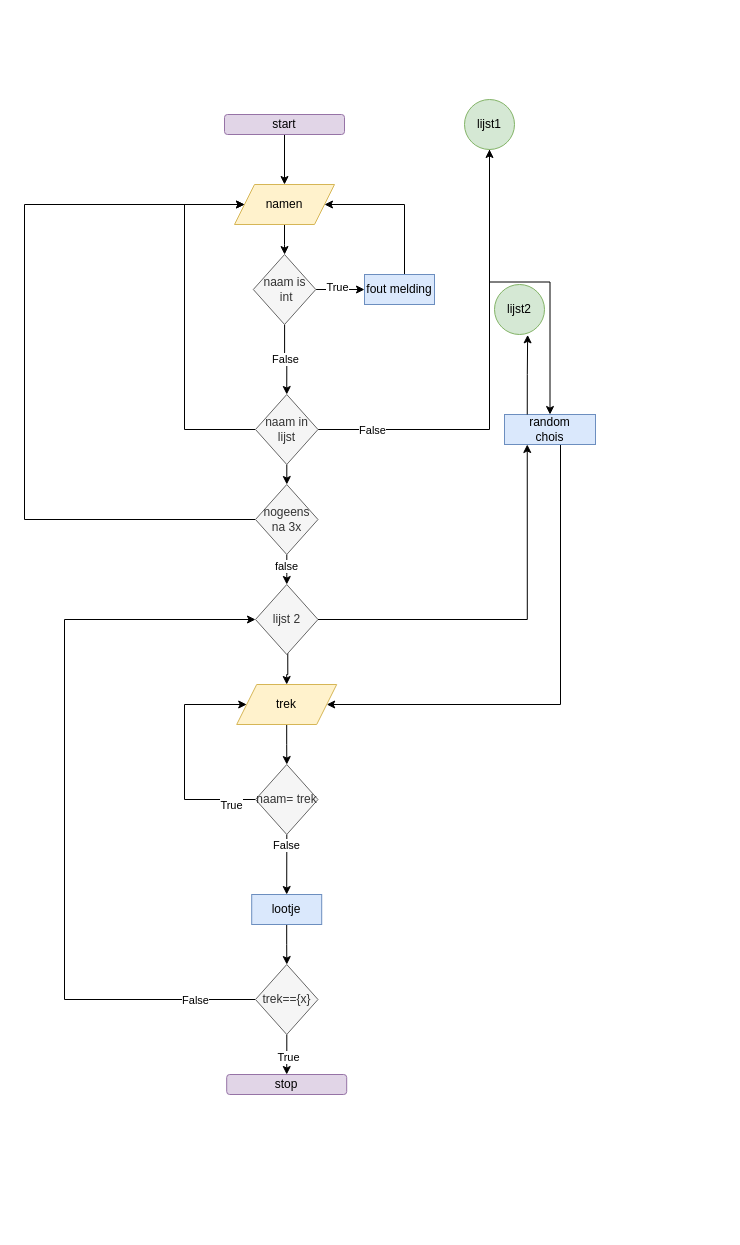
This is module_3/Diagram zonder titel.drawio from RuoFeng207/leren_programmeren, a draw.io file, before an edit. Source tidied: cells renumbered, new cells numbered last; positions are measured from the earlier drawing's top-left corner, leaving out a move shared by most shapes. Both pictures are drawn from the tidied source at 100%, with x=0, y=0 at pixel (24, 99).
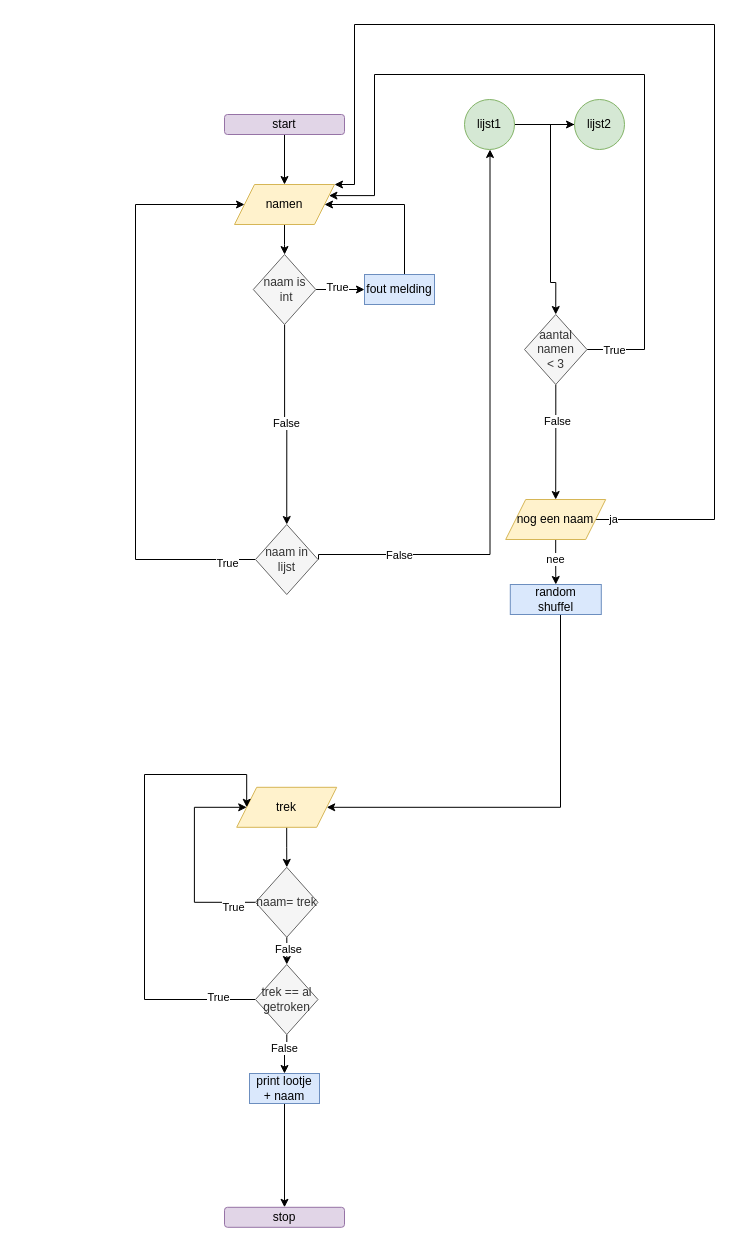
After the change.

The change refers to these unchanged cells:
```xml
<mxCell id="5" value="namen" style="shape=parallelogram;perimeter=parallelogramPerimeter;whiteSpace=wrap;html=1;fixedSize=1;fillColor=#fff2cc;strokeColor=#d6b656;" parent="1" vertex="1">
  <mxGeometry x="210" y="85" width="100" height="40" as="geometry" />
</mxCell>
<mxCell id="15" value="naam is&lt;div&gt;&amp;nbsp;int&lt;/div&gt;" style="rhombus;whiteSpace=wrap;html=1;fillColor=#f5f5f5;fontColor=#333333;strokeColor=#666666;" parent="1" vertex="1">
  <mxGeometry x="228.8" y="155" width="62.5" height="70" as="geometry" />
</mxCell>
<mxCell id="19" value="lijst1" style="ellipse;whiteSpace=wrap;html=1;fillColor=#d5e8d4;strokeColor=#82b366;" parent="1" vertex="1">
  <mxGeometry x="440" width="50" height="50" as="geometry" />
</mxCell>
```

Change to the diagram source:
```diff
@@
-    <mxCell id="6" style="edgeStyle=orthogonalEdgeStyle;rounded=0;jettySize=auto;html=1;entryX=0.5;entryY=1;entryDx=0;entryDy=0;exitX=1;exitY=0.5;exitDx=0;exitDy=0;" parent="1" edge="1" source="10" target="19">
-      <mxGeometry relative="1" as="geometry" />
+    <mxCell id="6" style="edgeStyle=orthogonalEdgeStyle;rounded=0;orthogonalLoop=1;jettySize=auto;html=1;entryX=0.5;entryY=1;entryDx=0;entryDy=0;exitX=1;exitY=0.5;exitDx=0;exitDy=0;" parent="1" edge="1">
+      <mxGeometry relative="1" as="geometry">
+        <mxPoint x="294" y="460" as="sourcePoint" />
+        <mxPoint x="465.5" y="50" as="targetPoint" />
+        <Array as="points">
+          <mxPoint x="294.5" y="455" />
+          <mxPoint x="465.5" y="455" />
+        </Array>
+      </mxGeometry>
     </mxCell>
@@
-    <mxCell id="8" style="edgeStyle=orthogonalEdgeStyle;rounded=0;jettySize=auto;html=1;entryX=0;entryY=0.5;entryDx=0;entryDy=0;" parent="1" edge="1" source="10" target="5">
-      <mxGeometry relative="1" as="geometry">
-        <Array as="points">
-          <mxPoint x="160" y="330" />
-          <mxPoint x="160" y="105" />
-        </Array>
-      </mxGeometry>
-    </mxCell>
-    <mxCell id="9" style="edgeStyle=orthogonalEdgeStyle;rounded=0;jettySize=auto;html=1;entryX=0.5;entryY=0;entryDx=0;entryDy=0;" parent="1" edge="1" source="10" target="45">
-      <mxGeometry relative="1" as="geometry" />
-    </mxCell>
-    <mxCell id="10" value="naam in lijst" style="rhombus;whiteSpace=wrap;html=1;fillColor=#f5f5f5;fontColor=#333333;strokeColor=#666666;" parent="1" vertex="1">
-      <mxGeometry x="231" y="295" width="62.5" height="70" as="geometry" />
-    </mxCell>
@@
-    <mxCell id="13" style="edgeStyle=orthogonalEdgeStyle;rounded=0;jettySize=auto;html=1;entryX=0.5;entryY=0;entryDx=0;entryDy=0;" parent="1" edge="1" source="15" target="10">
+    <mxCell id="13" style="edgeStyle=orthogonalEdgeStyle;rounded=0;jettySize=auto;html=1;entryX=0.5;entryY=0;entryDx=0;entryDy=0;" parent="1" edge="1" source="15" target="38">
       <mxGeometry relative="1" as="geometry" />
     </mxCell>
@@
-    <mxCell id="18" style="edgeStyle=orthogonalEdgeStyle;rounded=0;jettySize=auto;html=1;entryX=0.5;entryY=0;entryDx=0;entryDy=0;" parent="1" edge="1" source="19" target="21">
-      <mxGeometry relative="1" as="geometry" />
-    </mxCell>
+    <mxCell id="46" style="edgeStyle=orthogonalEdgeStyle;rounded=0;jettySize=auto;html=1;exitX=1;exitY=0.5;exitDx=0;exitDy=0;entryX=0;entryY=0.5;entryDx=0;entryDy=0;" parent="1" edge="1" source="19" target="39">
+      <mxGeometry relative="1" as="geometry" />
+    </mxCell>
@@
     <mxCell id="20" style="edgeStyle=orthogonalEdgeStyle;rounded=0;jettySize=auto;html=1;entryX=1;entryY=0.5;entryDx=0;entryDy=0;" parent="1" edge="1" source="21" target="29">
       <mxGeometry relative="1" as="geometry">
         <Array as="points">
-          <mxPoint x="536" y="605" />
+          <mxPoint x="536" y="708" />
         </Array>
       </mxGeometry>
     </mxCell>
-    <mxCell id="21" value="random&lt;div&gt;chois&lt;/div&gt;" style="rounded=0;whiteSpace=wrap;html=1;fillColor=#dae8fc;strokeColor=#6c8ebf;" parent="1" vertex="1">
-      <mxGeometry x="480" y="315" width="91" height="30" as="geometry" />
+    <mxCell id="21" value="random&lt;div&gt;shuffel&lt;/div&gt;" style="rounded=0;whiteSpace=wrap;html=1;fillColor=#dae8fc;strokeColor=#6c8ebf;" parent="1" vertex="1">
+      <mxGeometry x="485.8" y="485" width="91" height="30" as="geometry" />
     </mxCell>
-    <mxCell id="22" style="edgeStyle=orthogonalEdgeStyle;rounded=0;jettySize=auto;html=1;exitX=0.516;exitY=0.903;exitDx=0;exitDy=0;exitPerimeter=0;" parent="1" edge="1" source="38" target="29">
-      <mxGeometry relative="1" as="geometry" />
-    </mxCell>
     <mxCell id="23" style="edgeStyle=orthogonalEdgeStyle;rounded=0;jettySize=auto;html=1;entryX=0;entryY=0.5;entryDx=0;entryDy=0;" parent="1" edge="1" source="27" target="29">
       <mxGeometry relative="1" as="geometry">
         <Array as="points">
-          <mxPoint x="160" y="700" />
-          <mxPoint x="160" y="605" />
+          <mxPoint x="169.9" y="802.8" />
+          <mxPoint x="169.9" y="707.8" />
         </Array>
       </mxGeometry>
     </mxCell>
@@
-    <mxCell id="25" style="edgeStyle=orthogonalEdgeStyle;rounded=0;jettySize=auto;html=1;entryX=0.5;entryY=0;entryDx=0;entryDy=0;" parent="1" edge="1" source="27" target="33">
-      <mxGeometry relative="1" as="geometry">
-        <Array as="points">
-          <mxPoint x="262" y="745" />
-          <mxPoint x="262" y="745" />
-        </Array>
-      </mxGeometry>
-    </mxCell>
-    <mxCell id="26" value="False" style="edgeLabel;html=1;align=center;verticalAlign=middle;" parent="25" vertex="1">
-      <mxGeometry x="-0.63" y="-1" relative="1" as="geometry" />
-    </mxCell>
+    <mxCell id="47" style="edgeStyle=orthogonalEdgeStyle;rounded=0;jettySize=auto;html=1;entryX=0.5;entryY=0;entryDx=0;entryDy=0;" parent="1" edge="1" source="27" target="66">
+      <mxGeometry relative="1" as="geometry" />
+    </mxCell>
+    <mxCell id="48" value="False" style="edgeLabel;html=1;align=center;verticalAlign=middle;" parent="47" vertex="1">
+      <mxGeometry x="-0.15" y="1" relative="1" as="geometry" />
+    </mxCell>
     <mxCell id="27" value="naam= trek" style="rhombus;whiteSpace=wrap;html=1;fillColor=#f5f5f5;fontColor=#333333;strokeColor=#666666;" parent="1" vertex="1">
-      <mxGeometry x="231" y="665" width="62.5" height="70" as="geometry" />
+      <mxGeometry x="231" y="767.8" width="62.5" height="70" as="geometry" />
     </mxCell>
@@
     <mxCell id="29" value="trek" style="shape=parallelogram;perimeter=parallelogramPerimeter;whiteSpace=wrap;html=1;fixedSize=1;fillColor=#fff2cc;strokeColor=#d6b656;" parent="1" vertex="1">
-      <mxGeometry x="212.2" y="585" width="100" height="40" as="geometry" />
+      <mxGeometry x="212.2" y="687.8" width="100" height="40" as="geometry" />
     </mxCell>
-    <mxCell id="30" style="edgeStyle=orthogonalEdgeStyle;rounded=0;jettySize=auto;html=1;entryX=0;entryY=0.5;entryDx=0;entryDy=0;exitX=0;exitY=0.5;exitDx=0;exitDy=0;" parent="1" edge="1" source="36" target="38">
-      <mxGeometry relative="1" as="geometry">
-        <Array as="points">
-          <mxPoint x="40" y="900" />
-          <mxPoint x="40" y="520" />
-        </Array>
-      </mxGeometry>
-    </mxCell>
-    <mxCell id="31" value="False" style="edgeLabel;html=1;align=center;verticalAlign=middle;" parent="30" vertex="1">
-      <mxGeometry x="-0.84" relative="1" as="geometry" />
-    </mxCell>
-    <mxCell id="32" style="edgeStyle=orthogonalEdgeStyle;rounded=0;jettySize=auto;html=1;" parent="1" edge="1" source="33" target="36">
+    <mxCell id="32" style="edgeStyle=orthogonalEdgeStyle;rounded=0;jettySize=auto;html=1;entryX=0.5;entryY=0;entryDx=0;entryDy=0;" parent="1" edge="1" source="33" target="37">
       <mxGeometry relative="1" as="geometry" />
     </mxCell>
-    <mxCell id="33" value="lootje" style="rounded=0;whiteSpace=wrap;html=1;fillColor=#dae8fc;strokeColor=#6c8ebf;" parent="1" vertex="1">
-      <mxGeometry x="227.2" y="795" width="70" height="30" as="geometry" />
+    <mxCell id="33" value="print&amp;nbsp;&lt;span style=&quot;background-color: transparent; color: light-dark(rgb(0, 0, 0), rgb(255, 255, 255));&quot;&gt;lootje&lt;/span&gt;&lt;div&gt;&lt;span style=&quot;background-color: transparent; color: light-dark(rgb(0, 0, 0), rgb(255, 255, 255));&quot;&gt;+ naam&lt;/span&gt;&lt;/div&gt;" style="rounded=0;whiteSpace=wrap;html=1;fillColor=#dae8fc;strokeColor=#6c8ebf;" parent="1" vertex="1">
+      <mxGeometry x="225" y="974" width="70" height="30" as="geometry" />
     </mxCell>
-    <mxCell id="34" style="edgeStyle=orthogonalEdgeStyle;rounded=0;jettySize=auto;html=1;entryX=0.5;entryY=0;entryDx=0;entryDy=0;" parent="1" edge="1" source="36" target="37">
-      <mxGeometry relative="1" as="geometry" />
-    </mxCell>
-    <mxCell id="35" value="True" style="edgeLabel;html=1;align=center;verticalAlign=middle;" parent="34" vertex="1">
-      <mxGeometry x="0.16" y="1" relative="1" as="geometry" />
-    </mxCell>
-    <mxCell id="36" value="trek=={x}" style="rhombus;whiteSpace=wrap;html=1;fillColor=#f5f5f5;fontColor=#333333;strokeColor=#666666;" parent="1" vertex="1">
-      <mxGeometry x="231" y="865" width="62.5" height="70" as="geometry" />
-    </mxCell>
     <mxCell id="37" value="stop" style="rounded=1;whiteSpace=wrap;html=1;fillColor=#e1d5e7;strokeColor=#9673a6;" parent="1" vertex="1">
-      <mxGeometry x="202.2" y="975" width="120" height="20" as="geometry" />
+      <mxGeometry x="200" y="1107.8" width="120" height="20" as="geometry" />
     </mxCell>
+    <mxCell id="49" style="edgeStyle=orthogonalEdgeStyle;rounded=0;jettySize=auto;html=1;exitX=0;exitY=0.5;exitDx=0;exitDy=0;" parent="1" edge="1" source="38" target="5">
+      <mxGeometry relative="1" as="geometry">
+        <Array as="points">
+          <mxPoint x="111" y="460" />
+          <mxPoint x="111" y="105" />
+        </Array>
+      </mxGeometry>
+    </mxCell>
+    <mxCell id="50" value="True" style="edgeLabel;html=1;align=center;verticalAlign=middle;" parent="49" vertex="1">
+      <mxGeometry x="-0.9" y="3" relative="1" as="geometry" />
+    </mxCell>
-    <mxCell id="38" value="lijst 2" style="rhombus;whiteSpace=wrap;html=1;fillColor=#f5f5f5;fontColor=#333333;strokeColor=#666666;" parent="1" vertex="1">
-      <mxGeometry x="231" y="485" width="62.5" height="70" as="geometry" />
+    <mxCell id="38" value="naam in lijst" style="rhombus;whiteSpace=wrap;html=1;fillColor=#f5f5f5;fontColor=#333333;strokeColor=#666666;" parent="1" vertex="1">
+      <mxGeometry x="231" y="425" width="62.5" height="70" as="geometry" />
     </mxCell>
+    <mxCell id="51" style="edgeStyle=orthogonalEdgeStyle;rounded=0;jettySize=auto;html=1;entryX=0.5;entryY=0;entryDx=0;entryDy=0;" parent="1" edge="1" source="39" target="56">
+      <mxGeometry relative="1" as="geometry">
+        <Array as="points">
+          <mxPoint x="526" y="25" />
+          <mxPoint x="526" y="183" />
+          <mxPoint x="531" y="183" />
+        </Array>
+      </mxGeometry>
+    </mxCell>
     <mxCell id="39" value="lijst2" style="ellipse;whiteSpace=wrap;html=1;fillColor=#d5e8d4;strokeColor=#82b366;" parent="1" vertex="1">
-      <mxGeometry x="470" y="185" width="50" height="50" as="geometry" />
+      <mxGeometry x="550" width="50" height="50" as="geometry" />
     </mxCell>
-    <mxCell id="40" style="edgeStyle=orthogonalEdgeStyle;rounded=0;jettySize=auto;html=1;entryX=0.25;entryY=1;entryDx=0;entryDy=0;" parent="1" edge="1" source="38" target="21">
-      <mxGeometry relative="1" as="geometry" />
-    </mxCell>
-    <mxCell id="41" style="edgeStyle=orthogonalEdgeStyle;rounded=0;jettySize=auto;html=1;exitX=0.25;exitY=0;exitDx=0;exitDy=0;entryX=0.663;entryY=1.007;entryDx=0;entryDy=0;entryPerimeter=0;" parent="1" edge="1" source="21" target="39">
-      <mxGeometry relative="1" as="geometry" />
-    </mxCell>
-    <mxCell id="42" style="edgeStyle=orthogonalEdgeStyle;rounded=0;jettySize=auto;html=1;entryX=0.5;entryY=0;entryDx=0;entryDy=0;" parent="1" edge="1" source="45" target="38">
-      <mxGeometry relative="1" as="geometry" />
-    </mxCell>
-    <mxCell id="43" value="false" style="edgeLabel;html=1;align=center;verticalAlign=middle;" parent="42" vertex="1">
-      <mxGeometry x="-0.19" y="-1" relative="1" as="geometry" />
-    </mxCell>
-    <mxCell id="44" style="edgeStyle=orthogonalEdgeStyle;rounded=0;jettySize=auto;html=1;" parent="1" edge="1" source="45">
-      <mxGeometry relative="1" as="geometry">
-        <mxPoint x="220" y="105" as="targetPoint" />
-        <Array as="points">
-          <mxPoint y="420" />
-          <mxPoint y="105" />
-        </Array>
-      </mxGeometry>
-    </mxCell>
-    <mxCell id="45" value="nogeens&lt;div&gt;na 3x&lt;/div&gt;" style="rhombus;whiteSpace=wrap;html=1;fillColor=#f5f5f5;fontColor=#333333;strokeColor=#666666;" parent="1" vertex="1">
-      <mxGeometry x="231" y="385" width="62.5" height="70" as="geometry" />
-    </mxCell>
+    <mxCell id="52" style="edgeStyle=orthogonalEdgeStyle;rounded=0;jettySize=auto;html=1;entryX=0.5;entryY=0;entryDx=0;entryDy=0;" parent="1" edge="1" source="56" target="61">
+      <mxGeometry relative="1" as="geometry" />
+    </mxCell>
+    <mxCell id="53" value="False" style="edgeLabel;html=1;align=center;verticalAlign=middle;" parent="52" vertex="1">
+      <mxGeometry x="-0.36" y="1" relative="1" as="geometry" />
+    </mxCell>
+    <mxCell id="54" style="edgeStyle=orthogonalEdgeStyle;rounded=0;jettySize=auto;html=1;entryX=1;entryY=0.25;entryDx=0;entryDy=0;" parent="1" edge="1" source="56" target="5">
+      <mxGeometry relative="1" as="geometry">
+        <Array as="points">
+          <mxPoint x="620" y="250" />
+          <mxPoint x="620" y="-25" />
+          <mxPoint x="350" y="-25" />
+          <mxPoint x="350" y="96" />
+        </Array>
+      </mxGeometry>
+    </mxCell>
+    <mxCell id="55" value="True" style="edgeLabel;html=1;align=center;verticalAlign=middle;" parent="54" vertex="1">
+      <mxGeometry x="-0.93" relative="1" as="geometry" />
+    </mxCell>
+    <mxCell id="56" value="aantal namen&lt;div&gt;&amp;lt; 3&lt;/div&gt;" style="rhombus;whiteSpace=wrap;html=1;fillColor=#f5f5f5;fontColor=#333333;strokeColor=#666666;" parent="1" vertex="1">
+      <mxGeometry x="500" y="215" width="62.5" height="70" as="geometry" />
+    </mxCell>
+    <mxCell id="57" style="edgeStyle=orthogonalEdgeStyle;rounded=0;jettySize=auto;html=1;entryX=1;entryY=0;entryDx=0;entryDy=0;" parent="1" edge="1" source="61" target="5">
+      <mxGeometry relative="1" as="geometry">
+        <Array as="points">
+          <mxPoint x="690" y="420" />
+          <mxPoint x="690" y="-75" />
+          <mxPoint x="330" y="-75" />
+          <mxPoint x="330" y="85" />
+        </Array>
+      </mxGeometry>
+    </mxCell>
+    <mxCell id="58" value="ja" style="edgeLabel;html=1;align=center;verticalAlign=middle;" parent="57" vertex="1">
+      <mxGeometry x="-0.97" y="1" relative="1" as="geometry" />
+    </mxCell>
+    <mxCell id="59" style="edgeStyle=orthogonalEdgeStyle;rounded=0;jettySize=auto;html=1;entryX=0.5;entryY=0;entryDx=0;entryDy=0;" parent="1" edge="1" source="61" target="21">
+      <mxGeometry relative="1" as="geometry" />
+    </mxCell>
+    <mxCell id="60" value="nee" style="edgeLabel;html=1;align=center;verticalAlign=middle;" parent="59" vertex="1">
+      <mxGeometry x="-0.17" y="-1" relative="1" as="geometry" />
+    </mxCell>
+    <mxCell id="61" value="nog een naam" style="shape=parallelogram;perimeter=parallelogramPerimeter;whiteSpace=wrap;html=1;fixedSize=1;fillColor=#fff2cc;strokeColor=#d6b656;" parent="1" vertex="1">
+      <mxGeometry x="481.2" y="400" width="100" height="40" as="geometry" />
+    </mxCell>
+    <mxCell id="62" style="edgeStyle=orthogonalEdgeStyle;rounded=0;jettySize=auto;html=1;entryX=0;entryY=0.5;entryDx=0;entryDy=0;" parent="1" edge="1" source="66" target="29">
+      <mxGeometry relative="1" as="geometry">
+        <Array as="points">
+          <mxPoint x="120" y="900" />
+          <mxPoint x="120" y="675" />
+          <mxPoint x="222" y="675" />
+        </Array>
+      </mxGeometry>
+    </mxCell>
+    <mxCell id="63" value="True" style="edgeLabel;html=1;align=center;verticalAlign=middle;" parent="62" vertex="1">
+      <mxGeometry x="-0.84" y="-3" relative="1" as="geometry" />
+    </mxCell>
+    <mxCell id="64" style="edgeStyle=orthogonalEdgeStyle;rounded=0;jettySize=auto;html=1;entryX=0.5;entryY=0;entryDx=0;entryDy=0;" parent="1" edge="1" source="66" target="33">
+      <mxGeometry relative="1" as="geometry" />
+    </mxCell>
+    <mxCell id="65" value="False" style="edgeLabel;html=1;align=center;verticalAlign=middle;" parent="64" vertex="1">
+      <mxGeometry x="-0.32" y="-3" relative="1" as="geometry" />
+    </mxCell>
+    <mxCell id="66" value="trek == al getroken" style="rhombus;whiteSpace=wrap;html=1;fillColor=#f5f5f5;fontColor=#333333;strokeColor=#666666;" parent="1" vertex="1">
+      <mxGeometry x="231" y="865" width="62.5" height="70" as="geometry" />
+    </mxCell>
```
